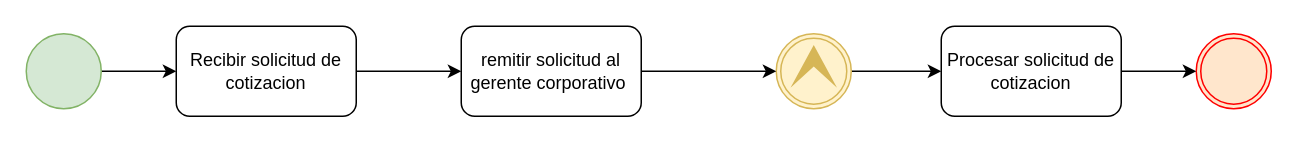
The draw.io diagram BPMN/Eventos/EventoEscalable.drawio in dugasalg/IG2, before the edit. Source tidied: cells renumbered, new cells numbered last; positions are measured from the earlier drawing's top-left corner, leaving out a move shared by most shapes. Both pictures are drawn from the tidied source at 150%, with x=0, y=0 at pixel (26, 26).
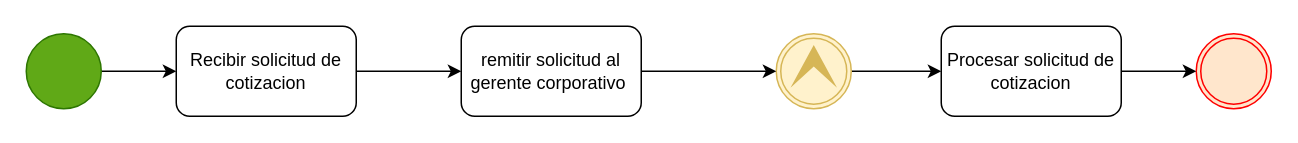
Above is the later version.

Commit message:
Se modifica el color del circulo inicial

The edit, as a diff of the source:
```diff
@@
 <mxGraphModel>
   <root>
     <mxCell id="0" />
     <mxCell id="1" parent="0" />
     <mxCell id="2" style="edgeStyle=orthogonalEdgeStyle;rounded=0;jettySize=auto;html=1;" parent="1" edge="1" source="3" target="12">
       <mxGeometry relative="1" as="geometry" />
     </mxCell>
     <mxCell id="3" style="points=[[0.145,0.145,0],[0.5,0,0],[0.855,0.145,0],[1,0.5,0],[0.855,0.855,0],[0.5,1,0],[0.145,0.855,0],[0,0.5,0]];shape=mxgraph.bpmn.event;html=1;verticalLabelPosition=bottom;labelBackgroundColor=#ffffff;verticalAlign=top;align=center;perimeter=ellipsePerimeter;outlineConnect=0;outline=throwing;symbol=escalation;fillColor=#fff2cc;strokeColor=#d6b656;" parent="1" vertex="1">
       <mxGeometry x="500" y="5" width="50" height="50" as="geometry" />
     </mxCell>
     <mxCell id="4" style="edgeStyle=orthogonalEdgeStyle;rounded=0;jettySize=auto;html=1;" parent="1" edge="1" source="5" target="10">
       <mxGeometry relative="1" as="geometry" />
     </mxCell>
-    <mxCell id="5" style="points=[[0.145,0.145,0],[0.5,0,0],[0.855,0.145,0],[1,0.5,0],[0.855,0.855,0],[0.5,1,0],[0.145,0.855,0],[0,0.5,0]];shape=mxgraph.bpmn.event;html=1;verticalLabelPosition=bottom;labelBackgroundColor=#ffffff;verticalAlign=top;align=center;perimeter=ellipsePerimeter;outlineConnect=0;outline=standard;symbol=general;fillColor=#d5e8d4;strokeColor=#82b366;" parent="1" vertex="1">
+    <mxCell id="5" style="points=[[0.145,0.145,0],[0.5,0,0],[0.855,0.145,0],[1,0.5,0],[0.855,0.855,0],[0.5,1,0],[0.145,0.855,0],[0,0.5,0]];shape=mxgraph.bpmn.event;html=1;verticalLabelPosition=bottom;labelBackgroundColor=#ffffff;verticalAlign=top;align=center;perimeter=ellipsePerimeter;outlineConnect=0;outline=standard;symbol=general;fillColor=#60a917;strokeColor=#2D7600;fontColor=#ffffff;" parent="1" vertex="1">
       <mxGeometry y="5" width="50" height="50" as="geometry" />
     </mxCell>
     <mxCell id="6" style="points=[[0.145,0.145,0],[0.5,0,0],[0.855,0.145,0],[1,0.5,0],[0.855,0.855,0],[0.5,1,0],[0.145,0.855,0],[0,0.5,0]];shape=mxgraph.bpmn.event;html=1;verticalLabelPosition=bottom;labelBackgroundColor=#ffffff;verticalAlign=top;align=center;perimeter=ellipsePerimeter;outlineConnect=0;outline=throwing;symbol=general;fillColor=#ffe6cc;strokeColor=#FF0000;" parent="1" vertex="1">
       <mxGeometry x="780" y="5" width="50" height="50" as="geometry" />
     </mxCell>
     <mxCell id="7" style="edgeStyle=orthogonalEdgeStyle;rounded=0;jettySize=auto;html=1;" parent="1" edge="1" source="8" target="3">
       <mxGeometry relative="1" as="geometry" />
     </mxCell>
     <mxCell id="8" value="remitir solicitud al gerente corporativo&amp;nbsp;" style="rounded=1;whiteSpace=wrap;html=1;" parent="1" vertex="1">
       <mxGeometry x="290" width="120" height="60" as="geometry" />
     </mxCell>
     <mxCell id="9" style="edgeStyle=orthogonalEdgeStyle;rounded=0;jettySize=auto;html=1;" parent="1" edge="1" source="10" target="8">
       <mxGeometry relative="1" as="geometry" />
     </mxCell>
     <mxCell id="10" value="Recibir solicitud de cotizacion" style="rounded=1;whiteSpace=wrap;html=1;" parent="1" vertex="1">
       <mxGeometry x="100" width="120" height="60" as="geometry" />
     </mxCell>
     <mxCell id="11" style="edgeStyle=orthogonalEdgeStyle;rounded=0;jettySize=auto;html=1;" parent="1" edge="1" source="12" target="6">
       <mxGeometry relative="1" as="geometry" />
     </mxCell>
     <mxCell id="12" value="Procesar solicitud de cotizacion" style="rounded=1;whiteSpace=wrap;html=1;" parent="1" vertex="1">
       <mxGeometry x="610" width="120" height="60" as="geometry" />
     </mxCell>
   </root>
 </mxGraphModel>
```
